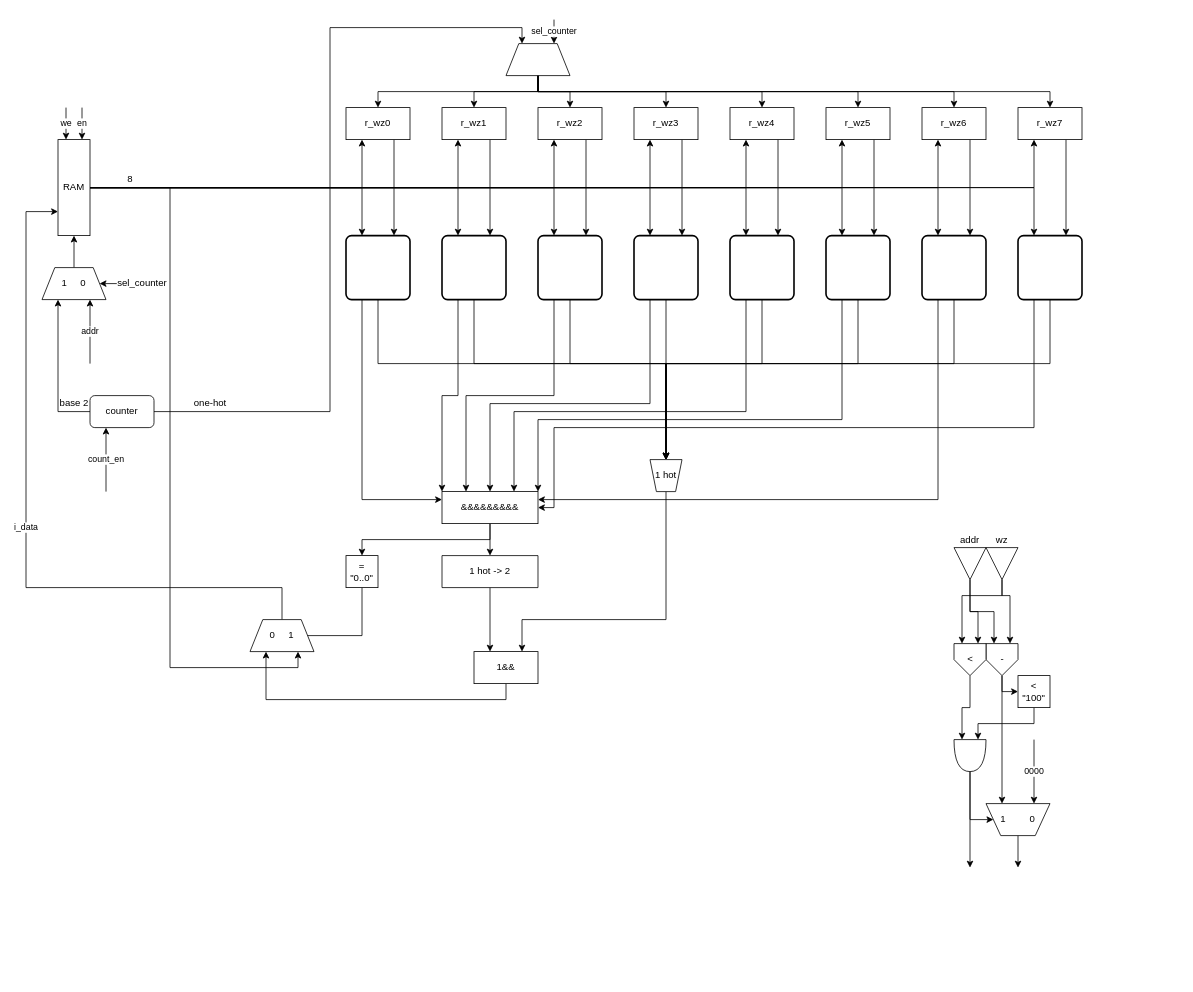
imDema/progetto_reti_logiche keeps this draw.io diagram as page "Page-1" (1 of 2) of schema.drawio. Above is the earlier version. Source tidied: cells renumbered, new cells numbered last; positions are measured from the earlier drawing's top-left corner, leaving out a move shared by most shapes. Both pictures are drawn from the tidied source at 80%, with x=0, y=0 at pixel (26, 19).
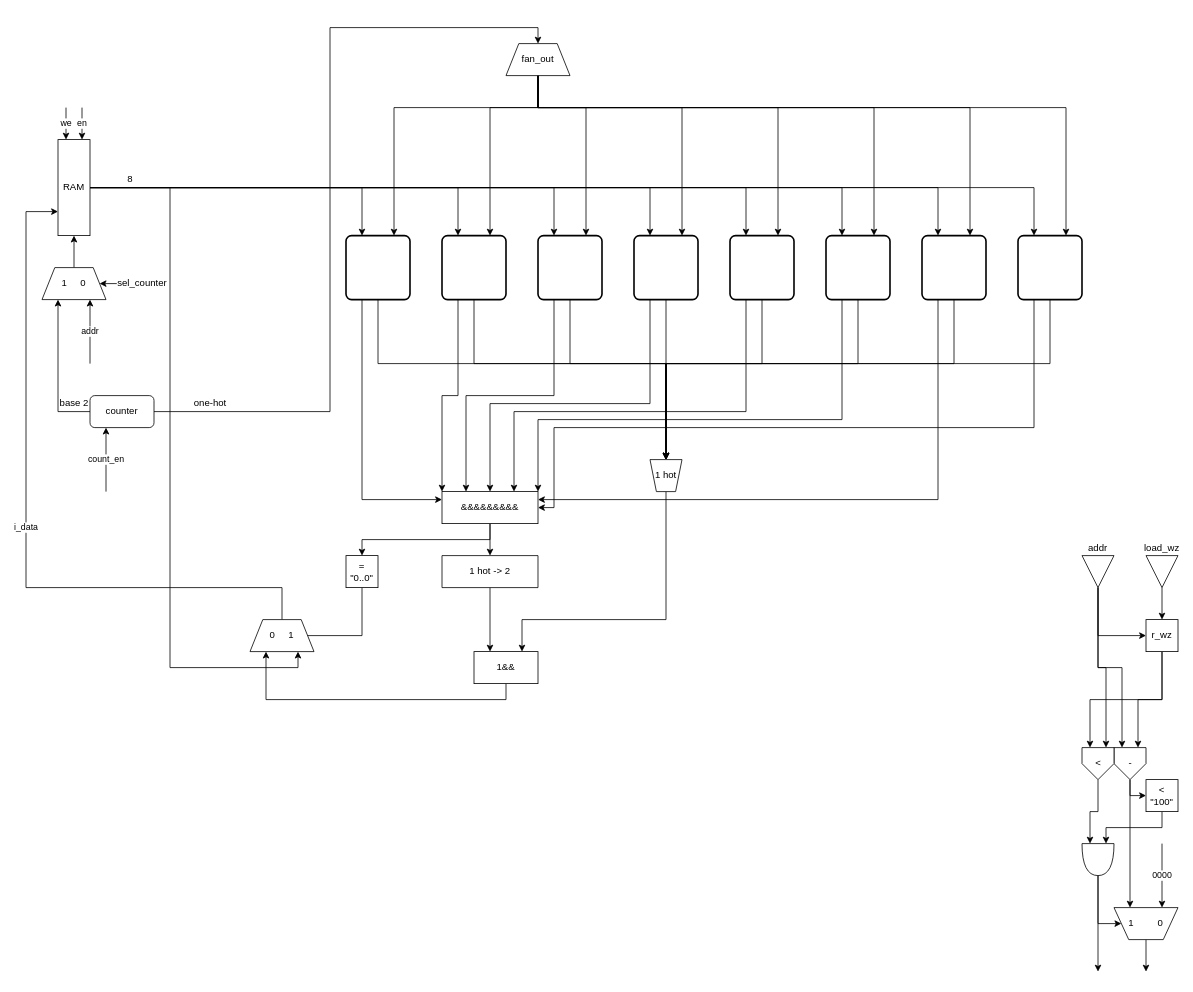
The same page after the edit.

Unchanged cells that the change refers to:
```xml
<mxCell id="19" value="RAM" style="rounded=0;whiteSpace=wrap;html=1;" parent="1" vertex="1">
  <mxGeometry x="40" y="150" width="40" height="120" as="geometry" />
</mxCell>
<mxCell id="63" style="rounded=1;whiteSpace=wrap;html=1;absoluteArcSize=1;arcSize=14;strokeWidth=2;fillColor=#ffffff;" parent="1" vertex="1">
  <mxGeometry x="400" y="270" width="80" height="80" as="geometry" />
</mxCell>
<mxCell id="66" style="rounded=1;whiteSpace=wrap;html=1;absoluteArcSize=1;arcSize=14;strokeWidth=2;fillColor=#ffffff;" parent="1" vertex="1">
  <mxGeometry x="520" y="270" width="80" height="80" as="geometry" />
</mxCell>
<mxCell id="69" style="rounded=1;whiteSpace=wrap;html=1;absoluteArcSize=1;arcSize=14;strokeWidth=2;fillColor=#ffffff;" parent="1" vertex="1">
  <mxGeometry x="640" y="270" width="80" height="80" as="geometry" />
</mxCell>
<mxCell id="72" style="rounded=1;whiteSpace=wrap;html=1;absoluteArcSize=1;arcSize=14;strokeWidth=2;fillColor=#ffffff;" parent="1" vertex="1">
  <mxGeometry x="880" y="270" width="80" height="80" as="geometry" />
</mxCell>
<mxCell id="75" style="rounded=1;whiteSpace=wrap;html=1;absoluteArcSize=1;arcSize=14;strokeWidth=2;fillColor=#ffffff;" parent="1" vertex="1">
  <mxGeometry x="760" y="270" width="80" height="80" as="geometry" />
</mxCell>
<mxCell id="78" style="rounded=1;whiteSpace=wrap;html=1;absoluteArcSize=1;arcSize=14;strokeWidth=2;fillColor=#ffffff;" parent="1" vertex="1">
  <mxGeometry x="1000" y="270" width="80" height="80" as="geometry" />
</mxCell>
<mxCell id="81" style="rounded=1;whiteSpace=wrap;html=1;absoluteArcSize=1;arcSize=14;strokeWidth=2;fillColor=#ffffff;" parent="1" vertex="1">
  <mxGeometry x="1120" y="270" width="80" height="80" as="geometry" />
</mxCell>
<mxCell id="84" style="rounded=1;whiteSpace=wrap;html=1;absoluteArcSize=1;arcSize=14;strokeWidth=2;fillColor=#ffffff;" parent="1" vertex="1">
  <mxGeometry x="1240" y="270" width="80" height="80" as="geometry" />
</mxCell>
<mxCell id="99" value="counter" style="rounded=1;whiteSpace=wrap;html=1;" parent="1" vertex="1">
  <mxGeometry x="80" y="470" width="80" height="40" as="geometry" />
</mxCell>
```

Change to the diagram source:
```diff
@@
-    <mxCell id="2" style="edgeStyle=orthogonalEdgeStyle;rounded=0;jettySize=auto;html=1;entryX=0.25;entryY=1;entryDx=0;entryDy=0;" parent="1" edge="1" source="19" target="24">
-      <mxGeometry relative="1" as="geometry" />
-    </mxCell>
-    <mxCell id="3" style="edgeStyle=orthogonalEdgeStyle;rounded=0;jettySize=auto;html=1;entryX=0.25;entryY=1;entryDx=0;entryDy=0;" parent="1" edge="1" source="19" target="26">
-      <mxGeometry relative="1" as="geometry" />
-    </mxCell>
-    <mxCell id="4" style="edgeStyle=orthogonalEdgeStyle;rounded=0;jettySize=auto;html=1;entryX=0.25;entryY=1;entryDx=0;entryDy=0;" parent="1" edge="1" source="19" target="28">
-      <mxGeometry relative="1" as="geometry" />
-    </mxCell>
-    <mxCell id="5" style="edgeStyle=orthogonalEdgeStyle;rounded=0;jettySize=auto;html=1;entryX=0.25;entryY=1;entryDx=0;entryDy=0;" parent="1" edge="1" source="19" target="30">
-      <mxGeometry relative="1" as="geometry" />
-    </mxCell>
-    <mxCell id="6" style="edgeStyle=orthogonalEdgeStyle;rounded=0;jettySize=auto;html=1;entryX=0.25;entryY=1;entryDx=0;entryDy=0;" parent="1" edge="1" source="19" target="32">
-      <mxGeometry relative="1" as="geometry" />
-    </mxCell>
-    <mxCell id="7" style="edgeStyle=orthogonalEdgeStyle;rounded=0;jettySize=auto;html=1;entryX=0.25;entryY=1;entryDx=0;entryDy=0;" parent="1" edge="1" source="19" target="34">
-      <mxGeometry relative="1" as="geometry" />
-    </mxCell>
-    <mxCell id="8" style="edgeStyle=orthogonalEdgeStyle;rounded=0;jettySize=auto;html=1;entryX=0.25;entryY=1;entryDx=0;entryDy=0;" parent="1" edge="1" source="19" target="36">
-      <mxGeometry relative="1" as="geometry" />
-    </mxCell>
-    <mxCell id="9" style="edgeStyle=orthogonalEdgeStyle;rounded=0;jettySize=auto;html=1;entryX=0.25;entryY=1;entryDx=0;entryDy=0;" parent="1" edge="1" source="19" target="38">
-      <mxGeometry relative="1" as="geometry" />
-    </mxCell>
@@
-    <mxCell id="23" style="edgeStyle=orthogonalEdgeStyle;rounded=0;jettySize=auto;html=1;exitX=0.75;exitY=1;exitDx=0;exitDy=0;entryX=0.75;entryY=0;entryDx=0;entryDy=0;startArrow=none;startFill=0;endArrow=classic;endFill=1;" parent="1" edge="1" source="24" target="63">
-      <mxGeometry relative="1" as="geometry" />
-    </mxCell>
-    <mxCell id="24" value="&lt;div&gt;r_wz0&lt;/div&gt;" style="rounded=0;whiteSpace=wrap;html=1;" parent="1" vertex="1">
-      <mxGeometry x="400" y="110" width="80" height="40" as="geometry" />
-    </mxCell>
-    <mxCell id="25" style="edgeStyle=orthogonalEdgeStyle;rounded=0;jettySize=auto;html=1;exitX=0.75;exitY=1;exitDx=0;exitDy=0;entryX=0.75;entryY=0;entryDx=0;entryDy=0;startArrow=none;startFill=0;endArrow=classic;endFill=1;" parent="1" edge="1" source="26" target="66">
-      <mxGeometry relative="1" as="geometry" />
-    </mxCell>
-    <mxCell id="26" value="&lt;div&gt;r_wz1&lt;/div&gt;" style="rounded=0;whiteSpace=wrap;html=1;" parent="1" vertex="1">
-      <mxGeometry x="520" y="110" width="80" height="40" as="geometry" />
-    </mxCell>
-    <mxCell id="27" style="edgeStyle=orthogonalEdgeStyle;rounded=0;jettySize=auto;html=1;exitX=0.75;exitY=1;exitDx=0;exitDy=0;entryX=0.75;entryY=0;entryDx=0;entryDy=0;startArrow=none;startFill=0;endArrow=classic;endFill=1;" parent="1" edge="1" source="28" target="69">
-      <mxGeometry relative="1" as="geometry" />
-    </mxCell>
-    <mxCell id="28" value="&lt;div&gt;r_wz2&lt;/div&gt;" style="rounded=0;whiteSpace=wrap;html=1;" parent="1" vertex="1">
-      <mxGeometry x="640" y="110" width="80" height="40" as="geometry" />
-    </mxCell>
-    <mxCell id="29" style="edgeStyle=orthogonalEdgeStyle;rounded=0;jettySize=auto;html=1;exitX=0.75;exitY=1;exitDx=0;exitDy=0;entryX=0.75;entryY=0;entryDx=0;entryDy=0;startArrow=none;startFill=0;endArrow=classic;endFill=1;" parent="1" edge="1" source="30" target="75">
-      <mxGeometry relative="1" as="geometry" />
-    </mxCell>
-    <mxCell id="30" value="&lt;div&gt;r_wz3&lt;/div&gt;" style="rounded=0;whiteSpace=wrap;html=1;" parent="1" vertex="1">
-      <mxGeometry x="760" y="110" width="80" height="40" as="geometry" />
-    </mxCell>
-    <mxCell id="31" style="edgeStyle=orthogonalEdgeStyle;rounded=0;jettySize=auto;html=1;exitX=0.75;exitY=1;exitDx=0;exitDy=0;entryX=0.75;entryY=0;entryDx=0;entryDy=0;startArrow=none;startFill=0;endArrow=classic;endFill=1;" parent="1" edge="1" source="32" target="72">
-      <mxGeometry relative="1" as="geometry" />
-    </mxCell>
-    <mxCell id="32" value="&lt;div&gt;r_wz4&lt;/div&gt;" style="rounded=0;whiteSpace=wrap;html=1;" parent="1" vertex="1">
-      <mxGeometry x="880" y="110" width="80" height="40" as="geometry" />
-    </mxCell>
-    <mxCell id="33" style="edgeStyle=orthogonalEdgeStyle;rounded=0;jettySize=auto;html=1;exitX=0.75;exitY=1;exitDx=0;exitDy=0;entryX=0.75;entryY=0;entryDx=0;entryDy=0;startArrow=none;startFill=0;endArrow=classic;endFill=1;" parent="1" edge="1" source="34" target="78">
-      <mxGeometry relative="1" as="geometry" />
-    </mxCell>
-    <mxCell id="34" value="&lt;div&gt;r_wz5&lt;/div&gt;" style="rounded=0;whiteSpace=wrap;html=1;" parent="1" vertex="1">
-      <mxGeometry x="1000" y="110" width="80" height="40" as="geometry" />
-    </mxCell>
-    <mxCell id="35" style="edgeStyle=orthogonalEdgeStyle;rounded=0;jettySize=auto;html=1;exitX=0.75;exitY=1;exitDx=0;exitDy=0;entryX=0.75;entryY=0;entryDx=0;entryDy=0;startArrow=none;startFill=0;endArrow=classic;endFill=1;" parent="1" edge="1" source="36" target="81">
-      <mxGeometry relative="1" as="geometry" />
-    </mxCell>
-    <mxCell id="36" value="&lt;div&gt;r_wz6&lt;/div&gt;" style="rounded=0;whiteSpace=wrap;html=1;" parent="1" vertex="1">
-      <mxGeometry x="1120" y="110" width="80" height="40" as="geometry" />
-    </mxCell>
-    <mxCell id="37" style="edgeStyle=orthogonalEdgeStyle;rounded=0;jettySize=auto;html=1;exitX=0.75;exitY=1;exitDx=0;exitDy=0;entryX=0.75;entryY=0;entryDx=0;entryDy=0;startArrow=none;startFill=0;endArrow=classic;endFill=1;" parent="1" edge="1" source="38" target="84">
-      <mxGeometry relative="1" as="geometry" />
-    </mxCell>
-    <mxCell id="38" value="&lt;div&gt;r_wz7&lt;/div&gt;" style="rounded=0;whiteSpace=wrap;html=1;" parent="1" vertex="1">
-      <mxGeometry x="1240" y="110" width="80" height="40" as="geometry" />
-    </mxCell>
@@
     <mxCell id="44" value="-" style="verticalLabelPosition=middle;verticalAlign=middle;html=1;shape=offPageConnector;rounded=0;size=0.5;shadow=0;comic=0;gradientColor=none;labelPosition=center;align=center;" parent="1" vertex="1">
-      <mxGeometry x="1200" y="780" width="40" height="40" as="geometry" />
+      <mxGeometry x="1360" y="910" width="40" height="40" as="geometry" />
     </mxCell>
@@
     <mxCell id="46" value="&amp;lt;" style="verticalLabelPosition=middle;verticalAlign=middle;html=1;shape=offPageConnector;rounded=0;size=0.5;shadow=0;comic=0;gradientColor=none;labelPosition=center;align=center;" parent="1" vertex="1">
-      <mxGeometry x="1160" y="780" width="40" height="40" as="geometry" />
+      <mxGeometry x="1320" y="910" width="40" height="40" as="geometry" />
     </mxCell>
     <mxCell id="47" style="edgeStyle=orthogonalEdgeStyle;rounded=0;jettySize=auto;html=1;entryX=0;entryY=0.25;entryDx=0;entryDy=0;entryPerimeter=0;" parent="1" edge="1" source="48" target="51">
       <mxGeometry relative="1" as="geometry">
         <Array as="points">
-          <mxPoint x="1260" y="880" />
-          <mxPoint x="1190" y="880" />
+          <mxPoint x="1420" y="1010" />
+          <mxPoint x="1350" y="1010" />
         </Array>
       </mxGeometry>
     </mxCell>
     <mxCell id="48" value="&lt;div&gt;&amp;lt; &quot;100&quot;&lt;/div&gt;" style="whiteSpace=wrap;html=1;" parent="1" vertex="1">
-      <mxGeometry x="1240" y="820" width="40" height="40" as="geometry" />
+      <mxGeometry x="1400" y="950" width="40" height="40" as="geometry" />
     </mxCell>
     <mxCell id="49" style="edgeStyle=orthogonalEdgeStyle;rounded=0;jettySize=auto;html=1;entryX=0;entryY=0.5;entryDx=0;entryDy=0;" parent="1" edge="1" source="51" target="54">
       <mxGeometry relative="1" as="geometry">
         <Array as="points">
-          <mxPoint x="1180" y="1000" />
+          <mxPoint x="1340" y="1130" />
         </Array>
       </mxGeometry>
     </mxCell>
     <mxCell id="50" style="edgeStyle=orthogonalEdgeStyle;rounded=0;jettySize=auto;html=1;startArrow=none;startFill=0;endArrow=classic;endFill=1;" parent="1" edge="1" source="51">
       <mxGeometry relative="1" as="geometry">
-        <mxPoint x="1180" y="1060" as="targetPoint" />
+        <mxPoint x="1340" y="1190" as="targetPoint" />
       </mxGeometry>
     </mxCell>
     <mxCell id="51" style="shape=or;whiteSpace=wrap;html=1;direction=south;" parent="1" vertex="1">
-      <mxGeometry x="1160" y="900" width="40" height="40" as="geometry" />
+      <mxGeometry x="1320" y="1030" width="40" height="40" as="geometry" />
     </mxCell>
     <mxCell id="52" value="0000" style="rounded=0;jettySize=auto;html=1;exitX=0.75;exitY=0;exitDx=0;exitDy=0;startArrow=classic;startFill=1;endArrow=none;endFill=0;" parent="1" edge="1" source="54">
       <mxGeometry relative="1" as="geometry">
-        <mxPoint x="1260" y="900" as="targetPoint" />
+        <mxPoint x="1420" y="1030" as="targetPoint" />
       </mxGeometry>
     </mxCell>
     <mxCell id="53" style="edgeStyle=none;rounded=0;jettySize=auto;html=1;startArrow=none;startFill=0;endArrow=classic;endFill=1;" parent="1" edge="1" source="54">
       <mxGeometry relative="1" as="geometry">
-        <mxPoint x="1240" y="1060" as="targetPoint" />
+        <mxPoint x="1400" y="1190" as="targetPoint" />
       </mxGeometry>
     </mxCell>
     <mxCell id="54" value="1&amp;nbsp; &amp;nbsp; &amp;nbsp; &amp;nbsp; &amp;nbsp;0" style="verticalLabelPosition=middle;verticalAlign=middle;html=1;shape=trapezoid;perimeter=trapezoidPerimeter;whiteSpace=wrap;size=0.23;arcSize=10;flipV=1;labelPosition=center;align=center;" parent="1" vertex="1">
-      <mxGeometry x="1200" y="980" width="80" height="40" as="geometry" />
+      <mxGeometry x="1360" y="1110" width="80" height="40" as="geometry" />
     </mxCell>
@@
+    <mxCell id="116" style="edgeStyle=orthogonalEdgeStyle;rounded=0;jettySize=auto;html=1;entryX=0;entryY=0.5;entryDx=0;entryDy=0;" parent="1" edge="1" source="57" target="127">
+      <mxGeometry relative="1" as="geometry">
+        <Array as="points">
+          <mxPoint x="1340" y="770" />
+        </Array>
+      </mxGeometry>
+    </mxCell>
     <mxCell id="57" value="addr" style="triangle;whiteSpace=wrap;html=1;fillColor=none;direction=south;labelPosition=center;verticalLabelPosition=top;align=center;verticalAlign=bottom;" parent="1" vertex="1">
-      <mxGeometry x="1160" y="660" width="40" height="40" as="geometry" />
+      <mxGeometry x="1320" y="670" width="40" height="40" as="geometry" />
     </mxCell>
-    <mxCell id="58" style="edgeStyle=orthogonalEdgeStyle;rounded=0;jettySize=auto;html=1;entryX=0.75;entryY=0;entryDx=0;entryDy=0;startArrow=none;startFill=0;endArrow=classic;endFill=1;" parent="1" edge="1" source="60" target="44">
-      <mxGeometry relative="1" as="geometry">
-        <Array as="points">
-          <mxPoint x="1220" y="720" />
-          <mxPoint x="1230" y="720" />
-        </Array>
-      </mxGeometry>
-    </mxCell>
-    <mxCell id="59" style="edgeStyle=orthogonalEdgeStyle;rounded=0;jettySize=auto;html=1;entryX=0.25;entryY=0;entryDx=0;entryDy=0;startArrow=none;startFill=0;endArrow=classic;endFill=1;" parent="1" edge="1" source="60" target="46">
-      <mxGeometry relative="1" as="geometry">
-        <Array as="points">
-          <mxPoint x="1220" y="720" />
-          <mxPoint x="1170" y="720" />
-        </Array>
-      </mxGeometry>
-    </mxCell>
-    <mxCell id="60" value="wz" style="triangle;whiteSpace=wrap;html=1;fillColor=none;direction=south;labelPosition=center;verticalLabelPosition=top;align=center;verticalAlign=bottom;" parent="1" vertex="1">
-      <mxGeometry x="1200" y="660" width="40" height="40" as="geometry" />
-    </mxCell>
@@
-    <mxCell id="98" style="edgeStyle=orthogonalEdgeStyle;rounded=0;jettySize=auto;html=1;entryX=0.25;entryY=0;entryDx=0;entryDy=0;" parent="1" edge="1" source="99" target="112">
+    <mxCell id="98" style="edgeStyle=orthogonalEdgeStyle;rounded=0;jettySize=auto;html=1;entryX=0.5;entryY=0;entryDx=0;entryDy=0;" parent="1" edge="1" source="99" target="112">
       <mxGeometry relative="1" as="geometry" />
     </mxCell>
@@
-    <mxCell id="104" style="edgeStyle=orthogonalEdgeStyle;rounded=0;jettySize=auto;html=1;entryX=0.5;entryY=0;entryDx=0;entryDy=0;" parent="1" edge="1" source="112" target="24">
-      <mxGeometry relative="1" as="geometry">
-        <Array as="points">
-          <mxPoint x="640" y="90" />
-          <mxPoint x="440" y="90" />
-        </Array>
-      </mxGeometry>
-    </mxCell>
-    <mxCell id="105" style="edgeStyle=orthogonalEdgeStyle;rounded=0;jettySize=auto;html=1;entryX=0.5;entryY=0;entryDx=0;entryDy=0;" parent="1" edge="1" source="112" target="26">
-      <mxGeometry relative="1" as="geometry" />
-    </mxCell>
-    <mxCell id="106" style="edgeStyle=orthogonalEdgeStyle;rounded=0;jettySize=auto;html=1;entryX=0.5;entryY=0;entryDx=0;entryDy=0;" parent="1" edge="1" source="112" target="28">
-      <mxGeometry relative="1" as="geometry" />
-    </mxCell>
-    <mxCell id="107" style="edgeStyle=orthogonalEdgeStyle;rounded=0;jettySize=auto;html=1;entryX=0.5;entryY=0;entryDx=0;entryDy=0;" parent="1" edge="1" source="112" target="30">
-      <mxGeometry relative="1" as="geometry">
-        <Array as="points">
-          <mxPoint x="640" y="90" />
-          <mxPoint x="800" y="90" />
-        </Array>
-      </mxGeometry>
-    </mxCell>
-    <mxCell id="108" style="edgeStyle=orthogonalEdgeStyle;rounded=0;jettySize=auto;html=1;entryX=0.5;entryY=0;entryDx=0;entryDy=0;" parent="1" edge="1" source="112" target="32">
-      <mxGeometry relative="1" as="geometry">
-        <Array as="points">
-          <mxPoint x="640" y="90" />
-          <mxPoint x="920" y="90" />
-        </Array>
-      </mxGeometry>
-    </mxCell>
-    <mxCell id="109" style="edgeStyle=orthogonalEdgeStyle;rounded=0;jettySize=auto;html=1;" parent="1" edge="1" source="112" target="34">
-      <mxGeometry relative="1" as="geometry">
-        <Array as="points">
-          <mxPoint x="640" y="90" />
-          <mxPoint x="1040" y="90" />
-        </Array>
-      </mxGeometry>
-    </mxCell>
-    <mxCell id="110" style="edgeStyle=orthogonalEdgeStyle;rounded=0;jettySize=auto;html=1;" parent="1" edge="1" source="112" target="36">
-      <mxGeometry relative="1" as="geometry">
-        <Array as="points">
-          <mxPoint x="640" y="90" />
-          <mxPoint x="1160" y="90" />
-        </Array>
-      </mxGeometry>
-    </mxCell>
-    <mxCell id="111" style="edgeStyle=orthogonalEdgeStyle;rounded=0;jettySize=auto;html=1;" parent="1" edge="1" source="112" target="38">
-      <mxGeometry relative="1" as="geometry">
-        <Array as="points">
-          <mxPoint x="640" y="90" />
-          <mxPoint x="1280" y="90" />
-        </Array>
-      </mxGeometry>
-    </mxCell>
+    <mxCell id="117" style="edgeStyle=orthogonalEdgeStyle;rounded=0;jettySize=auto;html=1;entryX=0.75;entryY=0;entryDx=0;entryDy=0;" parent="1" edge="1" source="112" target="63">
+      <mxGeometry relative="1" as="geometry">
+        <Array as="points">
+          <mxPoint x="640" y="110" />
+          <mxPoint x="460" y="110" />
+        </Array>
+      </mxGeometry>
+    </mxCell>
+    <mxCell id="118" style="edgeStyle=orthogonalEdgeStyle;rounded=0;jettySize=auto;html=1;entryX=0.75;entryY=0;entryDx=0;entryDy=0;" parent="1" edge="1" source="112" target="66">
+      <mxGeometry relative="1" as="geometry">
+        <Array as="points">
+          <mxPoint x="640" y="110" />
+          <mxPoint x="580" y="110" />
+        </Array>
+      </mxGeometry>
+    </mxCell>
+    <mxCell id="119" style="edgeStyle=orthogonalEdgeStyle;rounded=0;jettySize=auto;html=1;entryX=0.75;entryY=0;entryDx=0;entryDy=0;" parent="1" edge="1" source="112" target="69">
+      <mxGeometry relative="1" as="geometry">
+        <Array as="points">
+          <mxPoint x="640" y="110" />
+          <mxPoint x="700" y="110" />
+        </Array>
+      </mxGeometry>
+    </mxCell>
+    <mxCell id="120" style="edgeStyle=orthogonalEdgeStyle;rounded=0;jettySize=auto;html=1;entryX=0.75;entryY=0;entryDx=0;entryDy=0;" parent="1" edge="1" source="112" target="75">
+      <mxGeometry relative="1" as="geometry">
+        <Array as="points">
+          <mxPoint x="640" y="110" />
+          <mxPoint x="820" y="110" />
+        </Array>
+      </mxGeometry>
+    </mxCell>
+    <mxCell id="121" style="edgeStyle=orthogonalEdgeStyle;rounded=0;jettySize=auto;html=1;entryX=0.75;entryY=0;entryDx=0;entryDy=0;" parent="1" edge="1" source="112" target="72">
+      <mxGeometry relative="1" as="geometry">
+        <Array as="points">
+          <mxPoint x="640" y="110" />
+          <mxPoint x="940" y="110" />
+        </Array>
+      </mxGeometry>
+    </mxCell>
+    <mxCell id="122" style="edgeStyle=orthogonalEdgeStyle;rounded=0;jettySize=auto;html=1;entryX=0.75;entryY=0;entryDx=0;entryDy=0;" parent="1" edge="1" source="112" target="78">
+      <mxGeometry relative="1" as="geometry">
+        <Array as="points">
+          <mxPoint x="640" y="110" />
+          <mxPoint x="1060" y="110" />
+        </Array>
+      </mxGeometry>
+    </mxCell>
+    <mxCell id="123" style="edgeStyle=orthogonalEdgeStyle;rounded=0;jettySize=auto;html=1;entryX=0.75;entryY=0;entryDx=0;entryDy=0;" parent="1" edge="1" source="112" target="81">
+      <mxGeometry relative="1" as="geometry">
+        <Array as="points">
+          <mxPoint x="640" y="110" />
+          <mxPoint x="1180" y="110" />
+        </Array>
+      </mxGeometry>
+    </mxCell>
+    <mxCell id="124" style="edgeStyle=orthogonalEdgeStyle;rounded=0;jettySize=auto;html=1;entryX=0.75;entryY=0;entryDx=0;entryDy=0;" parent="1" edge="1" source="112" target="84">
+      <mxGeometry relative="1" as="geometry">
+        <Array as="points">
+          <mxPoint x="640" y="110" />
+          <mxPoint x="1300" y="110" />
+        </Array>
+      </mxGeometry>
+    </mxCell>
-    <mxCell id="112" style="shape=trapezoid;perimeter=trapezoidPerimeter;whiteSpace=wrap;html=1;" parent="1" vertex="1">
+    <mxCell id="112" value="fan_out" style="shape=trapezoid;perimeter=trapezoidPerimeter;whiteSpace=wrap;html=1;" parent="1" vertex="1">
       <mxGeometry x="600" y="30" width="80" height="40" as="geometry" />
     </mxCell>
-    <mxCell id="113" value="sel_counter" style="endArrow=classic;html=1;entryX=0.75;entryY=0;entryDx=0;entryDy=0;" parent="1" edge="1" target="112">
-      <mxGeometry relative="1" as="geometry">
-        <mxPoint x="660" as="sourcePoint" />
-      </mxGeometry>
-    </mxCell>
@@
+    <mxCell id="125" style="edgeStyle=orthogonalEdgeStyle;rounded=0;jettySize=auto;html=1;entryX=0.75;entryY=0;entryDx=0;entryDy=0;" parent="1" edge="1" source="127" target="44">
+      <mxGeometry relative="1" as="geometry" />
+    </mxCell>
+    <mxCell id="126" style="edgeStyle=orthogonalEdgeStyle;rounded=0;jettySize=auto;html=1;entryX=0.25;entryY=0;entryDx=0;entryDy=0;" parent="1" edge="1" source="127" target="46">
+      <mxGeometry relative="1" as="geometry">
+        <Array as="points">
+          <mxPoint x="1420" y="850" />
+          <mxPoint x="1330" y="850" />
+        </Array>
+      </mxGeometry>
+    </mxCell>
+    <mxCell id="127" value="&lt;div&gt;r_wz&lt;/div&gt;" style="rounded=0;whiteSpace=wrap;html=1;" parent="1" vertex="1">
+      <mxGeometry x="1400" y="750" width="40" height="40" as="geometry" />
+    </mxCell>
+    <mxCell id="128" style="edgeStyle=orthogonalEdgeStyle;rounded=0;jettySize=auto;html=1;" parent="1" edge="1" source="129" target="127">
+      <mxGeometry relative="1" as="geometry" />
+    </mxCell>
+    <mxCell id="129" value="load_wz" style="triangle;whiteSpace=wrap;html=1;fillColor=none;direction=south;labelPosition=center;verticalLabelPosition=top;align=center;verticalAlign=bottom;" parent="1" vertex="1">
+      <mxGeometry x="1400" y="670" width="40" height="40" as="geometry" />
+    </mxCell>
```
